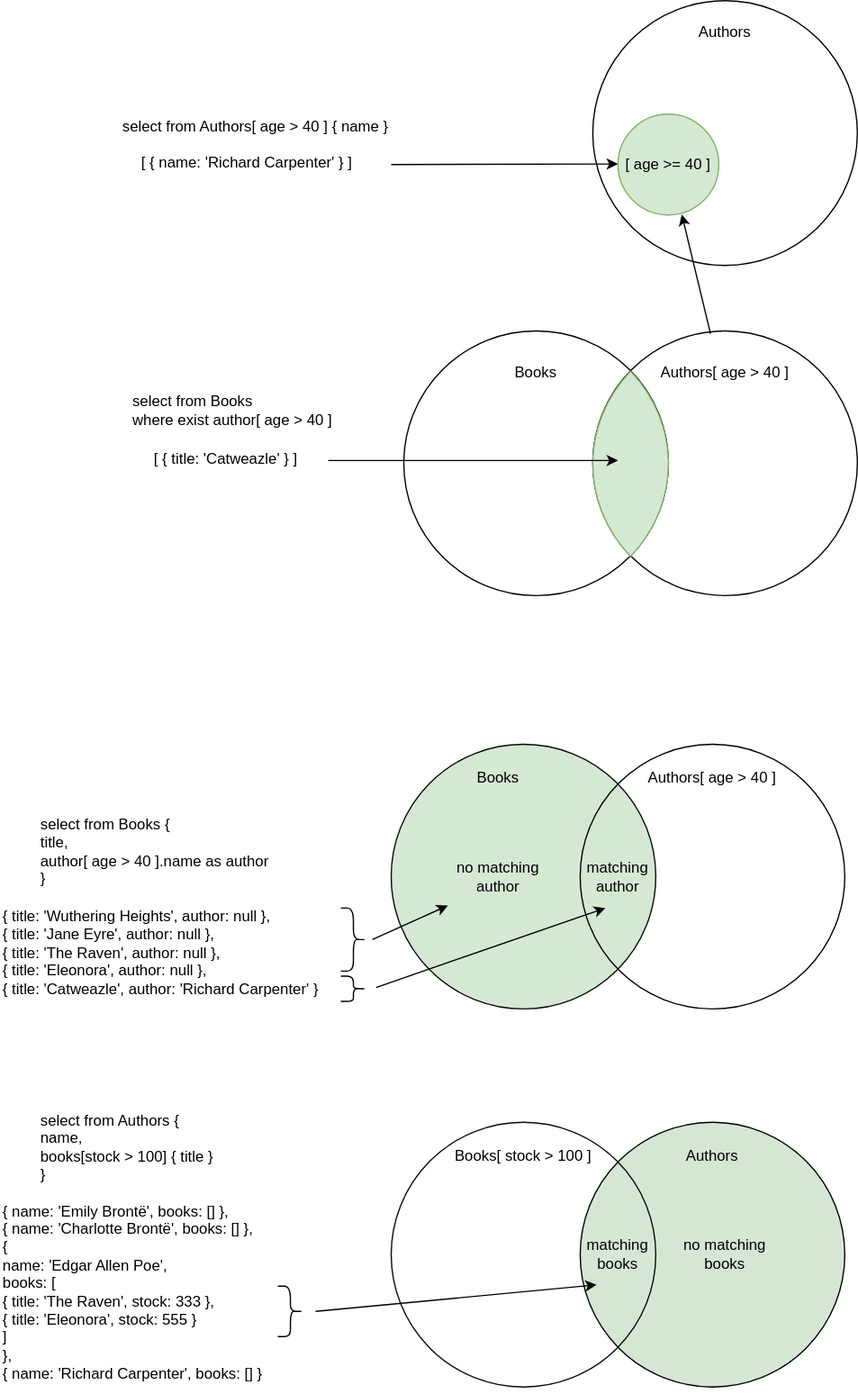
The draw.io diagram assets/cxl/sets.drawio.svg in capire/docs, before a commit. Source tidied: cells renumbered, new cells last; positions are measured from the earlier drawing's top-left corner, leaving out a move shared by most shapes.
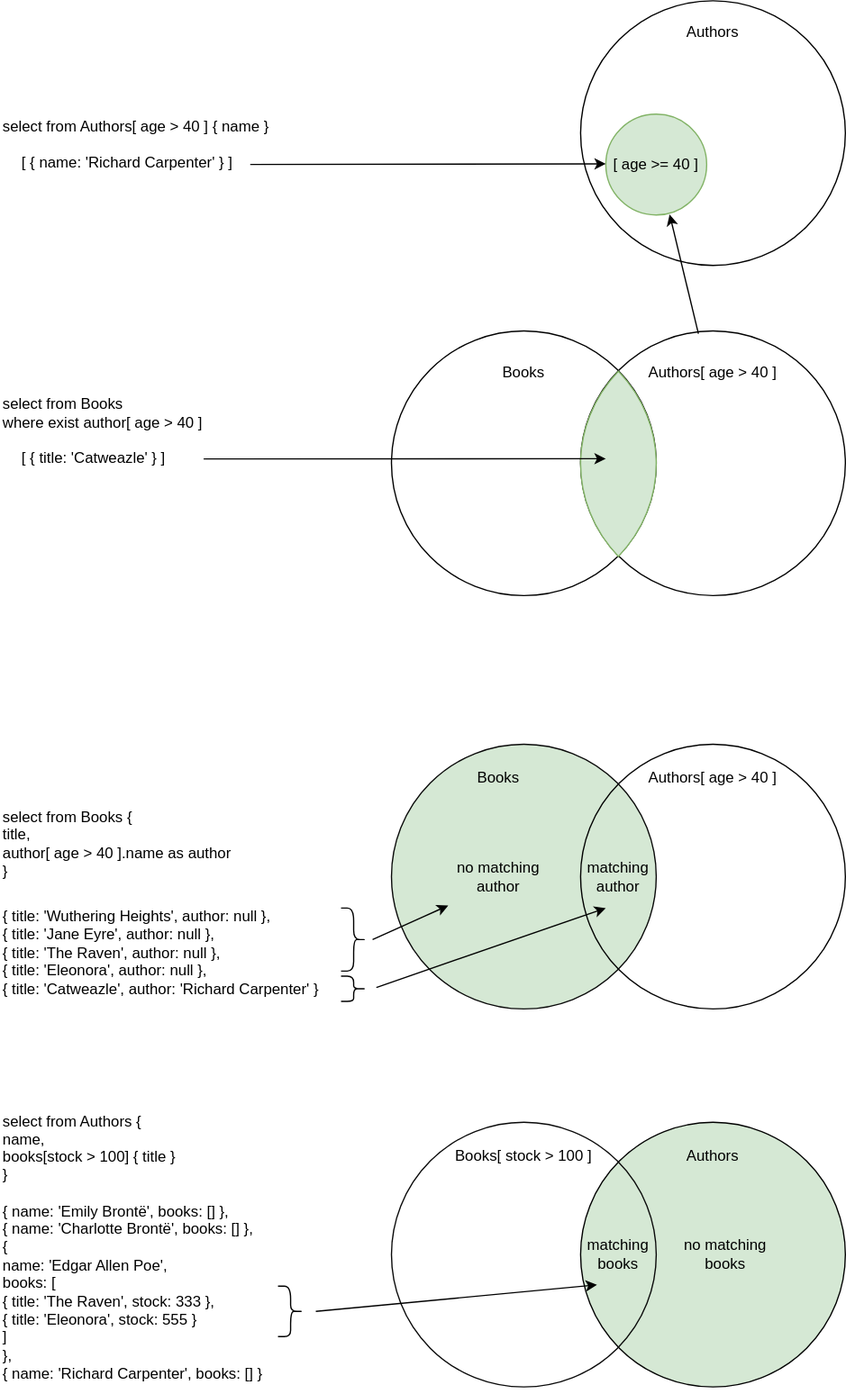
Later version of the same file.

Change to the diagram source:
```diff
@@ -8,38 +8,38 @@
     <mxCell id="3" style="ellipse;whiteSpace=wrap;html=1;fillColor=none;" parent="1" vertex="1">
       <mxGeometry x="460" y="590" width="210" height="210" as="geometry" />
     </mxCell>
-    <mxCell id="4" style="ellipse;whiteSpace=wrap;html=1;fillColor=light-dark(#d5e7d4, #ededed);" parent="1" vertex="1">
+    <mxCell id="4" style="ellipse;whiteSpace=wrap;html=1;fillColor=#d5e8d4;strokeColor=default;" parent="1" vertex="1">
       <mxGeometry x="460" y="890" width="210" height="210" as="geometry" />
     </mxCell>
     <mxCell id="5" style="ellipse;whiteSpace=wrap;html=1;fillColor=none;" parent="1" vertex="1">
-      <mxGeometry x="470" y="262" width="210" height="210" as="geometry" />
+      <mxGeometry x="460" y="262" width="210" height="210" as="geometry" />
     </mxCell>
     <mxCell id="6" style="ellipse;whiteSpace=wrap;html=1;fillColor=none;" parent="1" vertex="1">
-      <mxGeometry x="470" width="210" height="210" as="geometry" />
+      <mxGeometry x="460" width="210" height="210" as="geometry" />
     </mxCell>
     <mxCell id="7" value="Authors" style="text;html=1;align=center;verticalAlign=middle;whiteSpace=wrap;rounded=0;" parent="1" vertex="1">
-      <mxGeometry x="560" y="20" width="30" height="10" as="geometry" />
+      <mxGeometry x="550" y="20" width="30" height="10" as="geometry" />
     </mxCell>
     <mxCell id="8" value="[ age &amp;gt;= 40 ]" style="ellipse;whiteSpace=wrap;html=1;fillColor=#d5e8d4;strokeColor=#82b366;" parent="1" vertex="1">
-      <mxGeometry x="490" y="90" width="80" height="80" as="geometry" />
+      <mxGeometry x="480" y="90" width="80" height="80" as="geometry" />
     </mxCell>
     <mxCell id="9" style="ellipse;whiteSpace=wrap;html=1;fillColor=none;" parent="1" vertex="1">
-      <mxGeometry x="320" y="262" width="210" height="210" as="geometry" />
+      <mxGeometry x="310" y="262" width="210" height="210" as="geometry" />
     </mxCell>
     <mxCell id="10" value="Books" style="text;html=1;align=center;verticalAlign=middle;whiteSpace=wrap;rounded=0;" parent="1" vertex="1">
-      <mxGeometry x="410" y="290" width="30" height="10" as="geometry" />
+      <mxGeometry x="400" y="290" width="30" height="10" as="geometry" />
     </mxCell>
     <mxCell id="11" value="Authors[ age &amp;gt; 40 ]" style="text;html=1;align=center;verticalAlign=middle;whiteSpace=wrap;rounded=0;" parent="1" vertex="1">
-      <mxGeometry x="520" y="290" width="110" height="10" as="geometry" />
+      <mxGeometry x="510" y="290" width="110" height="10" as="geometry" />
     </mxCell>
     <mxCell id="12" style="endArrow=classic;html=1;exitX=0.445;exitY=0.011;exitDx=0;exitDy=0;exitPerimeter=0;entryX=0.633;entryY=0.994;entryDx=0;entryDy=0;entryPerimeter=0;" parent="1" edge="1" source="5" target="8">
       <mxGeometry relative="1" as="geometry" />
     </mxCell>
     <mxCell id="13" value="select from Books&lt;div&gt;where exist author[ age &amp;gt; 40 ]&lt;/div&gt;" style="text;html=1;align=left;verticalAlign=middle;whiteSpace=wrap;rounded=0;" parent="1" vertex="1">
-      <mxGeometry x="102.5" y="310" width="165" height="30" as="geometry" />
+      <mxGeometry y="312" width="165" height="30" as="geometry" />
     </mxCell>
     <mxCell id="14" style="whiteSpace=wrap;html=1;shape=mxgraph.basic.pointed_oval;fillColor=#d5e8d4;strokeColor=#82b366;" parent="1" vertex="1">
-      <mxGeometry x="460" y="294" width="80" height="147" as="geometry" />
+      <mxGeometry x="450" y="294" width="80" height="147" as="geometry" />
     </mxCell>
     <mxCell id="15" value="Authors[ age &amp;gt; 40 ]" style="text;html=1;align=center;verticalAlign=middle;whiteSpace=wrap;rounded=0;" parent="1" vertex="1">
       <mxGeometry x="510" y="612" width="110" height="10" as="geometry" />
@@ -48,7 +48,7 @@
       <mxGeometry x="380" y="612" width="30" height="10" as="geometry" />
     </mxCell>
     <mxCell id="17" value="select from Books {&lt;div&gt;&amp;nbsp; title,&lt;/div&gt;&lt;div&gt;&amp;nbsp; author[ age &amp;gt; 40 ].name as author&lt;/div&gt;&lt;div&gt;}&lt;/div&gt;" style="text;html=1;align=left;verticalAlign=middle;whiteSpace=wrap;rounded=0;" parent="1" vertex="1">
-      <mxGeometry x="30" y="660" width="200" height="30" as="geometry" />
+      <mxGeometry y="654" width="200" height="30" as="geometry" />
     </mxCell>
     <mxCell id="18" value="no matching author" style="text;html=1;align=center;verticalAlign=middle;whiteSpace=wrap;rounded=0;" parent="1" vertex="1">
       <mxGeometry x="350" y="680" width="90" height="30" as="geometry" />
@@ -56,7 +56,7 @@
     <mxCell id="19" value="matching&lt;div&gt;author&lt;/div&gt;" style="text;html=1;align=center;verticalAlign=middle;whiteSpace=wrap;rounded=0;" parent="1" vertex="1">
       <mxGeometry x="460" y="680" width="60" height="30" as="geometry" />
     </mxCell>
-    <mxCell id="20" value="  { title: 'Wuthering Heights', author: null },&#10;  { title: 'Jane Eyre', author: null },&#10;  { title: 'The Raven', author: null },&#10;  { title: 'Eleonora', author: null },&#10;  { title: 'Catweazle', author: 'Richard Carpenter' }" style="text;whiteSpace=wrap;" parent="1" vertex="1">
+    <mxCell id="20" value="&amp;nbsp; { title: 'Wuthering Heights', author: null },&lt;br&gt;&amp;nbsp; { title: 'Jane Eyre', author: null },&lt;br&gt;&amp;nbsp; { title: 'The Raven', author: null },&lt;br&gt;&amp;nbsp; { title: 'Eleonora', author: null },&lt;br&gt;&amp;nbsp; { title: 'Catweazle', author: 'Richard Carpenter' }" style="text;whiteSpace=wrap;html=1;" parent="1" vertex="1">
       <mxGeometry y="712.5" width="270" height="100" as="geometry" />
     </mxCell>
     <mxCell id="21" style="shape=curlyBracket;whiteSpace=wrap;html=1;rounded=1;flipH=1;labelPosition=right;verticalLabelPosition=middle;align=left;verticalAlign=middle;" parent="1" vertex="1">
@@ -77,24 +77,24 @@
       </mxGeometry>
     </mxCell>
     <mxCell id="25" value="[ { title: 'Catweazle' } ]" style="text;whiteSpace=wrap;" parent="1" vertex="1">
-      <mxGeometry x="120" y="350" width="130" height="30" as="geometry" />
+      <mxGeometry x="15" y="349" width="130" height="30" as="geometry" />
     </mxCell>
     <mxCell id="26" style="endArrow=classic;html=1;entryX=0.375;entryY=0.449;entryDx=0;entryDy=0;entryPerimeter=0;" parent="1" edge="1">
       <mxGeometry relative="1" as="geometry">
-        <mxPoint x="260" y="364.8" as="sourcePoint" />
-        <mxPoint x="490" y="364.8" as="targetPoint" />
+        <mxPoint x="161" y="363.6" as="sourcePoint" />
+        <mxPoint x="480" y="363.4" as="targetPoint" />
       </mxGeometry>
     </mxCell>
     <mxCell id="27" value="select from Authors[ age &amp;gt; 40 ] { name }" style="text;html=1;align=left;verticalAlign=middle;whiteSpace=wrap;rounded=0;" parent="1" vertex="1">
-      <mxGeometry x="95" y="90" width="215" height="20" as="geometry" />
+      <mxGeometry y="90" width="215" height="20" as="geometry" />
     </mxCell>
     <mxCell id="28" value="[ { name: 'Richard Carpenter' } ]" style="text;whiteSpace=wrap;" parent="1" vertex="1">
-      <mxGeometry x="110" y="115" width="200" height="30" as="geometry" />
+      <mxGeometry x="15" y="115" width="188" height="30" as="geometry" />
     </mxCell>
     <mxCell id="29" style="endArrow=classic;html=1;" parent="1" edge="1">
       <mxGeometry relative="1" as="geometry">
-        <mxPoint x="310" y="130" as="sourcePoint" />
-        <mxPoint x="490" y="129.5" as="targetPoint" />
+        <mxPoint x="198" y="129.9" as="sourcePoint" />
+        <mxPoint x="480" y="129.4" as="targetPoint" />
       </mxGeometry>
     </mxCell>
     <mxCell id="30" style="ellipse;whiteSpace=wrap;html=1;fillColor=none;strokeColor=#0A0A0A;" parent="1" vertex="1">
@@ -118,8 +118,8 @@
         <mxPoint x="473" y="1019" as="targetPoint" />
       </mxGeometry>
     </mxCell>
-    <mxCell id="36" value="select from Authors {&lt;div&gt;&amp;nbsp; name,&lt;/div&gt;&lt;div&gt;&amp;nbsp; books[stock &amp;gt; 100] { title }&lt;/div&gt;&lt;div style=&quot;&quot;&gt;}&lt;/div&gt;" style="text;html=1;align=left;verticalAlign=middle;strokeColor=none;fillColor=none;" parent="1" vertex="1">
-      <mxGeometry x="30" y="875" width="170" height="70" as="geometry" />
+    <mxCell id="36" value="select from Authors {&#10;  name,&#10;  books[stock &gt; 100] { title }&#10;}" style="text;align=left;verticalAlign=middle;strokeColor=none;fillColor=none;" parent="1" vertex="1">
+      <mxGeometry y="875" width="162" height="70" as="geometry" />
     </mxCell>
     <mxCell id="37" value="&lt;div&gt;&lt;font color=&quot;#000000&quot;&gt;&amp;nbsp; { name: 'Emily Brontë', books: [] },&lt;/font&gt;&lt;/div&gt;&lt;div&gt;&lt;font color=&quot;#000000&quot;&gt;&amp;nbsp; { name: 'Charlotte Brontë', books: [] },&lt;/font&gt;&lt;/div&gt;&lt;div&gt;&lt;font color=&quot;#000000&quot;&gt;&amp;nbsp; {&lt;/font&gt;&lt;/div&gt;&lt;div&gt;&lt;font color=&quot;#000000&quot;&gt;&amp;nbsp; &amp;nbsp; name: 'Edgar Allen Poe',&lt;/font&gt;&lt;/div&gt;&lt;div&gt;&lt;font color=&quot;#000000&quot;&gt;&amp;nbsp; &amp;nbsp; books: [&lt;/font&gt;&lt;/div&gt;&lt;div&gt;&lt;font color=&quot;#000000&quot;&gt;&amp;nbsp; &amp;nbsp; &amp;nbsp; { title: 'The Raven', stock: 333 },&lt;/font&gt;&lt;/div&gt;&lt;div&gt;&lt;font color=&quot;#000000&quot;&gt;&amp;nbsp; &amp;nbsp; &amp;nbsp; { title: 'Eleonora', stock: 555 }&lt;/font&gt;&lt;/div&gt;&lt;div&gt;&lt;font color=&quot;#000000&quot;&gt;&amp;nbsp; &amp;nbsp; ]&lt;/font&gt;&lt;/div&gt;&lt;div&gt;&lt;font color=&quot;#000000&quot;&gt;&amp;nbsp; },&lt;/font&gt;&lt;/div&gt;&lt;div&gt;&lt;font color=&quot;#000000&quot;&gt;&amp;nbsp; { name: 'Richard Carpenter', books: [] }&lt;/font&gt;&lt;/div&gt;" style="text;html=1;align=left;verticalAlign=middle;strokeColor=none;fillColor=none;" parent="1" vertex="1">
       <mxGeometry y="945" width="240" height="160" as="geometry" />
```
